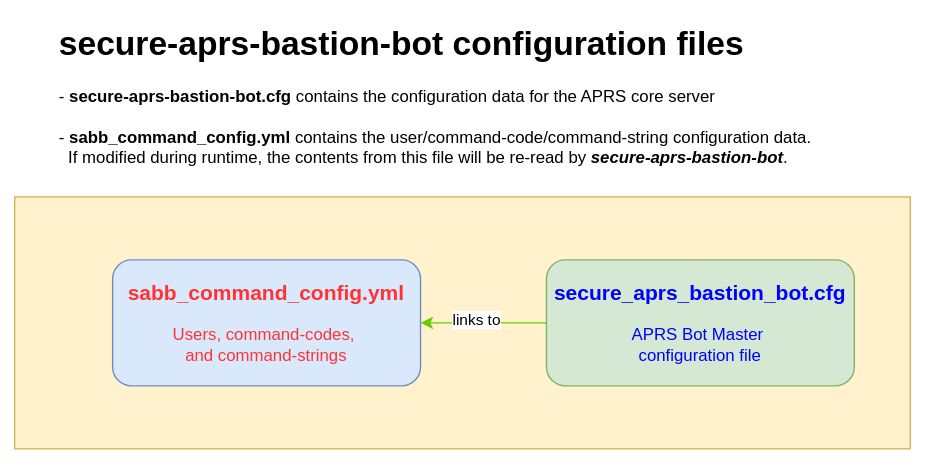
Before: img/sabb_config_files.svg, a diagram exported from draw.io (joergschultzelutter/secure-aprs-bastion-bot). Source tidied: cells renumbered, new cells last; positions are measured from the earlier drawing's top-left corner, leaving out a move shared by most shapes.
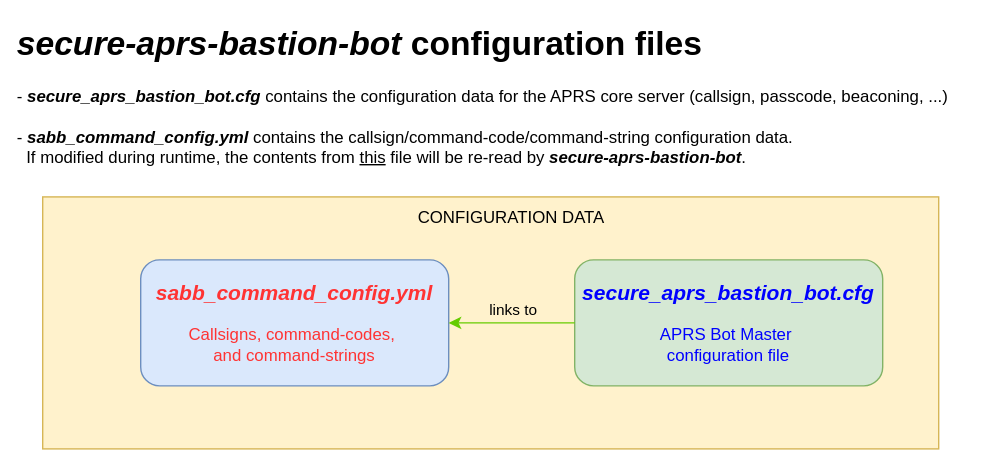
The same diagram one commit later.

What changed in the source:
```diff
@@ -2,8 +2,8 @@
   <root>
     <mxCell id="0" />
     <mxCell id="1" parent="0" />
-    <mxCell id="2" value="&lt;h1 style=&quot;margin-top: 0px;&quot;&gt;secure-aprs-bastion-bot configuration files&lt;/h1&gt;&lt;div&gt;- &lt;b&gt;secure-aprs-bastion-bot.cfg&lt;/b&gt; contains the configuration data for the APRS core server&lt;/div&gt;&lt;div&gt;&lt;br&gt;&lt;/div&gt;&lt;div&gt;- &lt;b&gt;sabb_command_config.yml&lt;/b&gt; contains the user/command-code/command-string configuration data.&amp;nbsp; &amp;nbsp; &amp;nbsp; &amp;nbsp; If modified during runtime, the contents from this file will be re-read by &lt;b&gt;&lt;i&gt;secure-aprs-bastion-bot&lt;/i&gt;&lt;/b&gt;.&lt;/div&gt;" style="text;html=1;whiteSpace=wrap;overflow=hidden;rounded=0;" parent="1" vertex="1">
-      <mxGeometry x="30" width="560" height="120" as="geometry" />
+    <mxCell id="2" value="&lt;h1 style=&quot;margin-top: 0px;&quot;&gt;&lt;i&gt;secure-aprs-bastion-bot&lt;/i&gt; configuration files&lt;/h1&gt;&lt;div&gt;- &lt;b&gt;&lt;i&gt;secure_aprs_bastion_bot.cfg&lt;/i&gt;&lt;/b&gt; contains the configuration data for the APRS core server (callsign, passcode, beaconing, ...)&lt;/div&gt;&lt;div&gt;&lt;br&gt;&lt;/div&gt;&lt;div&gt;- &lt;b&gt;&lt;i&gt;sabb_command_config.yml&lt;/i&gt;&lt;/b&gt; contains the callsign/command-code/command-string configuration data.&amp;nbsp;&lt;/div&gt;&lt;div&gt;&amp;nbsp; If modified during runtime, the contents from &lt;u&gt;this&lt;/u&gt; file will be re-read by &lt;b&gt;&lt;i&gt;secure-aprs-bastion-bot&lt;/i&gt;&lt;/b&gt;.&lt;/div&gt;" style="text;html=1;whiteSpace=wrap;overflow=hidden;rounded=0;" parent="1" vertex="1">
+      <mxGeometry x="-20" width="690" height="120" as="geometry" />
     </mxCell>
     <mxCell id="3" style="group;" parent="1" vertex="1">
       <mxGeometry y="130" width="640" height="180" as="geometry" />
@@ -11,10 +11,10 @@
     <mxCell id="4" style="rounded=0;whiteSpace=wrap;html=1;fillColor=#fff2cc;strokeColor=#d6b656;" parent="3" vertex="1">
       <mxGeometry width="640" height="180" as="geometry" />
     </mxCell>
-    <mxCell id="5" value="&lt;font style=&quot;font-size: 15px;&quot;&gt;&lt;b&gt;sabb_command_config.yml&lt;/b&gt;&lt;/font&gt;&lt;div&gt;&lt;br&gt;&lt;/div&gt;&lt;div&gt;Users, command-codes,&amp;nbsp;&lt;/div&gt;&lt;div&gt;and command-strings&lt;/div&gt;" style="rounded=1;whiteSpace=wrap;html=1;fillColor=#dae8fc;strokeColor=#6c8ebf;fontColor=#FF3333;" parent="3" vertex="1">
+    <mxCell id="5" value="&lt;font style=&quot;font-size: 15px;&quot;&gt;&lt;b&gt;&lt;i&gt;sabb_command_config.yml&lt;/i&gt;&lt;/b&gt;&lt;/font&gt;&lt;div&gt;&lt;br&gt;&lt;/div&gt;&lt;div&gt;Callsigns, command-codes,&amp;nbsp;&lt;/div&gt;&lt;div&gt;and command-strings&lt;/div&gt;" style="rounded=1;whiteSpace=wrap;html=1;fillColor=#dae8fc;strokeColor=#6c8ebf;fontColor=#FF3333;" parent="3" vertex="1">
       <mxGeometry x="70" y="45" width="220" height="90" as="geometry" />
     </mxCell>
-    <mxCell id="6" value="&lt;font style=&quot;font-size: 15px;&quot;&gt;&lt;b&gt;secure_aprs_bastion_bot.cfg&lt;/b&gt;&lt;/font&gt;&lt;div&gt;&lt;br&gt;&lt;/div&gt;&lt;div&gt;APRS Bot Master&amp;nbsp;&lt;/div&gt;&lt;div&gt;configuration file&lt;/div&gt;" style="rounded=1;whiteSpace=wrap;html=1;fillColor=#d5e8d4;strokeColor=#82b366;fontColor=#0000FF;" parent="3" vertex="1">
+    <mxCell id="6" value="&lt;font style=&quot;font-size: 15px;&quot;&gt;&lt;b&gt;&lt;i&gt;secure_aprs_bastion_bot.cfg&lt;/i&gt;&lt;/b&gt;&lt;/font&gt;&lt;div&gt;&lt;br&gt;&lt;/div&gt;&lt;div&gt;APRS Bot Master&amp;nbsp;&lt;/div&gt;&lt;div&gt;configuration file&lt;/div&gt;" style="rounded=1;whiteSpace=wrap;html=1;fillColor=#d5e8d4;strokeColor=#82b366;fontColor=#0000FF;" parent="3" vertex="1">
       <mxGeometry x="380" y="45" width="220" height="90" as="geometry" />
     </mxCell>
     <mxCell id="7" style="edgeStyle=orthogonalEdgeStyle;rounded=0;orthogonalLoop=1;jettySize=auto;html=1;exitX=0.5;exitY=1;exitDx=0;exitDy=0;" parent="3" edge="1" source="4" target="4">
@@ -23,8 +23,13 @@
     <mxCell id="8" style="endArrow=classic;html=1;rounded=0;entryX=1;entryY=0.5;entryDx=0;entryDy=0;exitX=0;exitY=0.5;exitDx=0;exitDy=0;fontColor=light-dark(#000000,#66CC00);strokeColor=#66CC00;" parent="3" edge="1" source="6" target="5">
       <mxGeometry relative="1" as="geometry" />
     </mxCell>
-    <mxCell id="9" value="links to" style="edgeLabel;html=1;align=center;verticalAlign=middle;" parent="8" vertex="1">
-      <mxGeometry x="0.14" y="-3" relative="1" as="geometry" />
+    <mxCell id="9" value="links to" style="edgeLabel;html=1;align=center;verticalAlign=middle;fontColor=#000000;labelBackgroundColor=none;" parent="8" vertex="1">
+      <mxGeometry x="0.14" y="-3" relative="1" as="geometry">
+        <mxPoint x="6" y="-7" as="offset" />
+      </mxGeometry>
     </mxCell>
+    <mxCell id="10" value="&lt;font style=&quot;color: rgb(0, 0, 0);&quot;&gt;CONFIGURATION DATA&lt;/font&gt;" style="text;html=1;whiteSpace=wrap;strokeColor=none;fillColor=none;align=center;verticalAlign=middle;rounded=0;fontColor=#000000;" parent="3" vertex="1">
+      <mxGeometry x="200" width="270" height="30" as="geometry" />
+    </mxCell>
   </root>
 </mxGraphModel>
```
